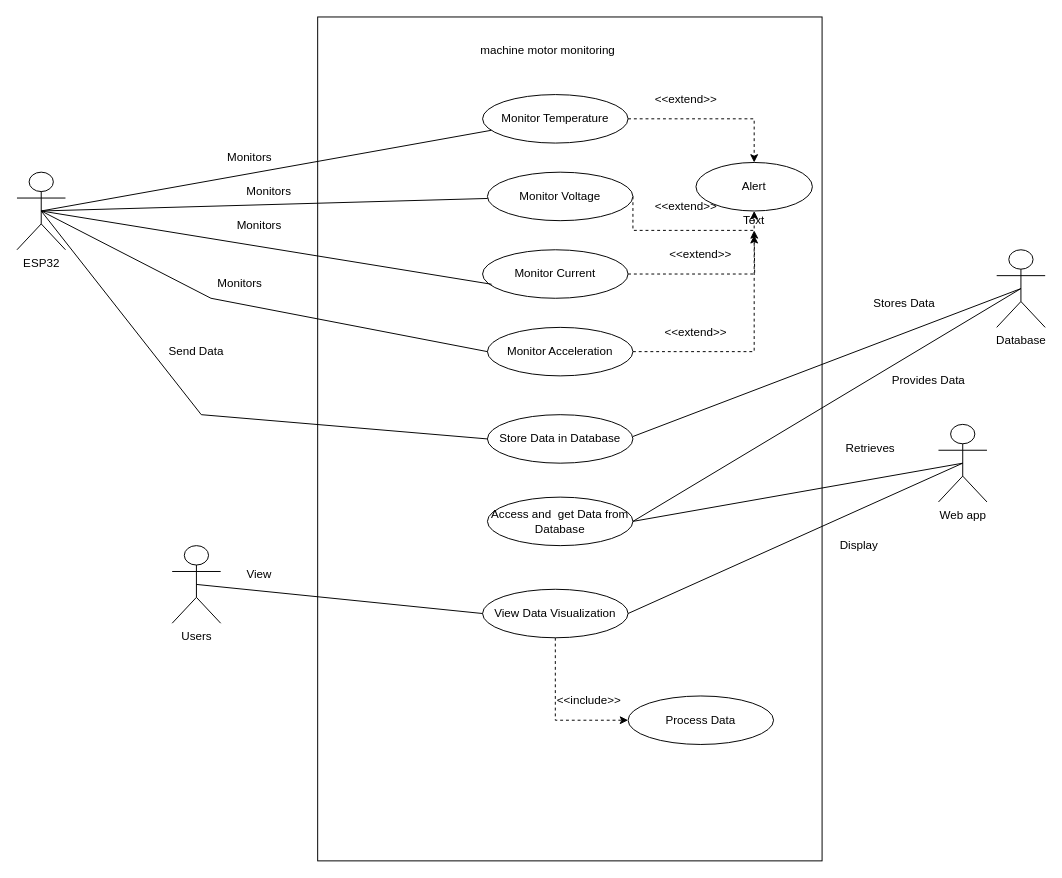
Above: Untitled Diagram.drawio in art-th/Software-_project (draw.io), before the change. Source tidied: cells renumbered, new cells numbered last; positions are measured from the earlier drawing's top-left corner, leaving out a move shared by most shapes. Both pictures are drawn from the tidied source at 97%, with x=0, y=0 at pixel (16, 16).
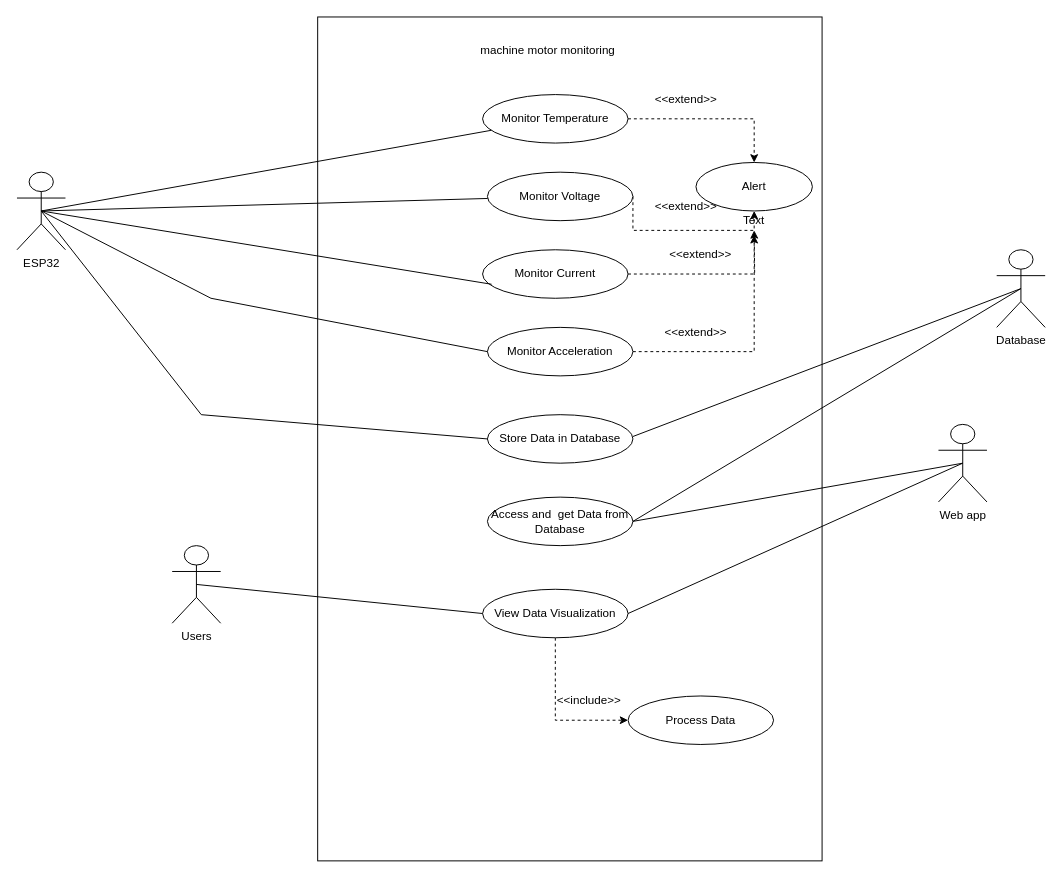
The same page after the edit.

The edit, as a diff of the source:
```diff
@@
-    <mxCell id="32" value="Monitors" style="text;html=1;strokeColor=none;fillColor=none;align=center;verticalAlign=middle;whiteSpace=wrap;rounded=0;" parent="1" vertex="1">
-      <mxGeometry x="210" y="130" width="60" height="30" as="geometry" />
-    </mxCell>
-    <mxCell id="33" value="Send Data" style="text;html=1;strokeColor=none;fillColor=none;align=center;verticalAlign=middle;whiteSpace=wrap;rounded=0;" parent="1" vertex="1">
-      <mxGeometry x="155" y="330" width="60" height="30" as="geometry" />
-    </mxCell>
-    <mxCell id="34" value="View" style="text;html=1;strokeColor=none;fillColor=none;align=center;verticalAlign=middle;whiteSpace=wrap;rounded=0;" parent="1" vertex="1">
-      <mxGeometry x="220" y="560" width="60" height="30" as="geometry" />
-    </mxCell>
-    <mxCell id="35" value="Stores Data" style="text;html=1;strokeColor=none;fillColor=none;align=center;verticalAlign=middle;whiteSpace=wrap;rounded=0;" parent="1" vertex="1">
-      <mxGeometry x="880" y="280" width="70" height="30" as="geometry" />
-    </mxCell>
-    <mxCell id="36" value="Display&amp;nbsp;" style="text;html=1;strokeColor=none;fillColor=none;align=center;verticalAlign=middle;whiteSpace=wrap;rounded=0;" parent="1" vertex="1">
-      <mxGeometry x="840" y="530" width="60" height="30" as="geometry" />
-    </mxCell>
-    <mxCell id="37" value="Retrieves" style="text;html=1;strokeColor=none;fillColor=none;align=center;verticalAlign=middle;whiteSpace=wrap;rounded=0;" parent="1" vertex="1">
-      <mxGeometry x="850" y="430" width="60" height="30" as="geometry" />
-    </mxCell>
-    <mxCell id="38" value="Provides Data" style="text;html=1;strokeColor=none;fillColor=none;align=center;verticalAlign=middle;whiteSpace=wrap;rounded=0;" parent="1" vertex="1">
-      <mxGeometry x="900" y="360" width="80" height="30" as="geometry" />
-    </mxCell>
@@
-    <mxCell id="45" value="Monitors" style="text;html=1;strokeColor=none;fillColor=none;align=center;verticalAlign=middle;whiteSpace=wrap;rounded=0;" parent="1" vertex="1">
-      <mxGeometry x="230" y="165" width="60" height="30" as="geometry" />
-    </mxCell>
-    <mxCell id="46" value="Monitors" style="text;html=1;strokeColor=none;fillColor=none;align=center;verticalAlign=middle;whiteSpace=wrap;rounded=0;" parent="1" vertex="1">
-      <mxGeometry x="220" y="200" width="60" height="30" as="geometry" />
-    </mxCell>
-    <mxCell id="47" value="Monitors" style="text;html=1;strokeColor=none;fillColor=none;align=center;verticalAlign=middle;whiteSpace=wrap;rounded=0;" parent="1" vertex="1">
-      <mxGeometry x="200" y="260" width="60" height="30" as="geometry" />
-    </mxCell>
```
